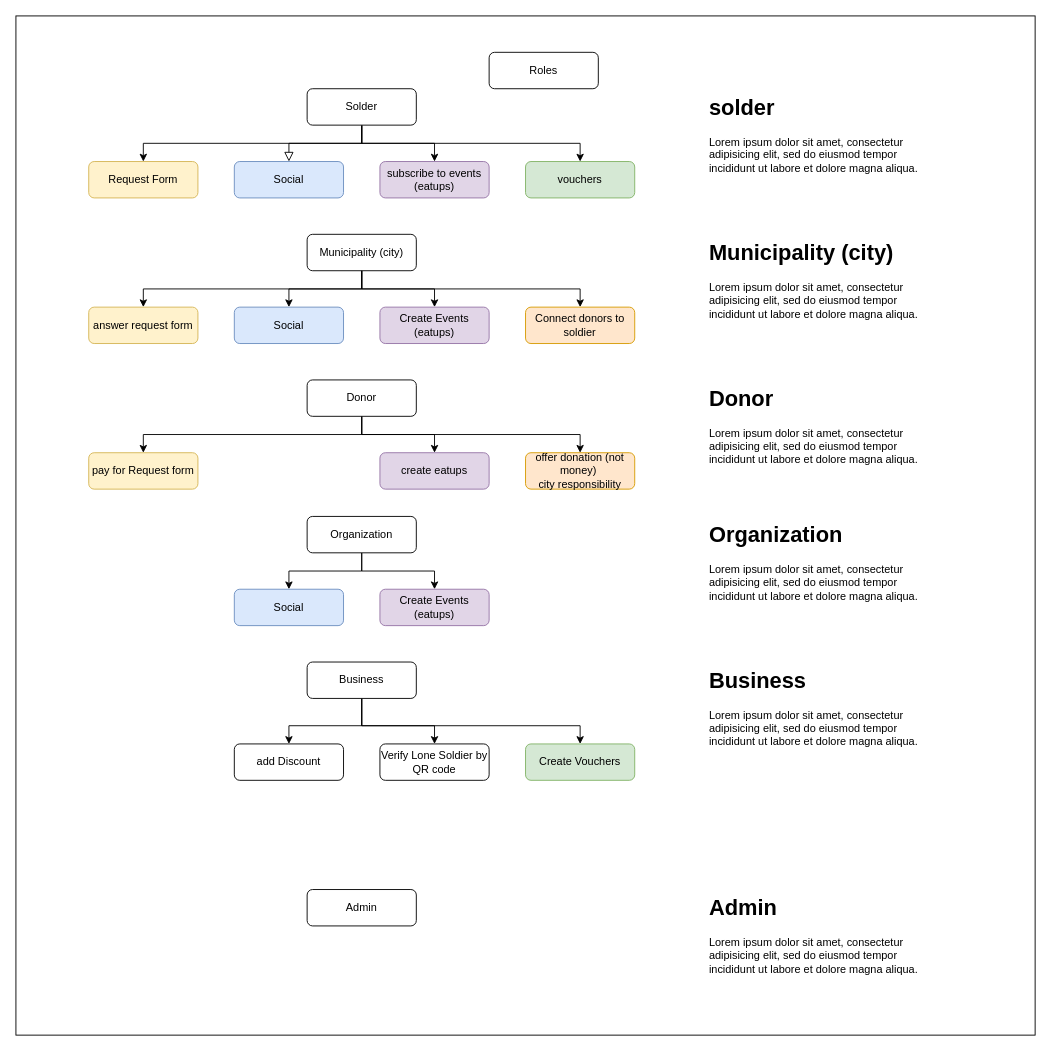
This is lonesoldier.drawio from liavbenshimon/lone-soldier, a draw.io file, before an edit. Source tidied: cells renumbered, new cells numbered last; positions are measured from the earlier drawing's top-left corner, leaving out a move shared by most shapes. Both pictures are drawn from the tidied source at 91%, with x=0, y=0 at pixel (15, 15).
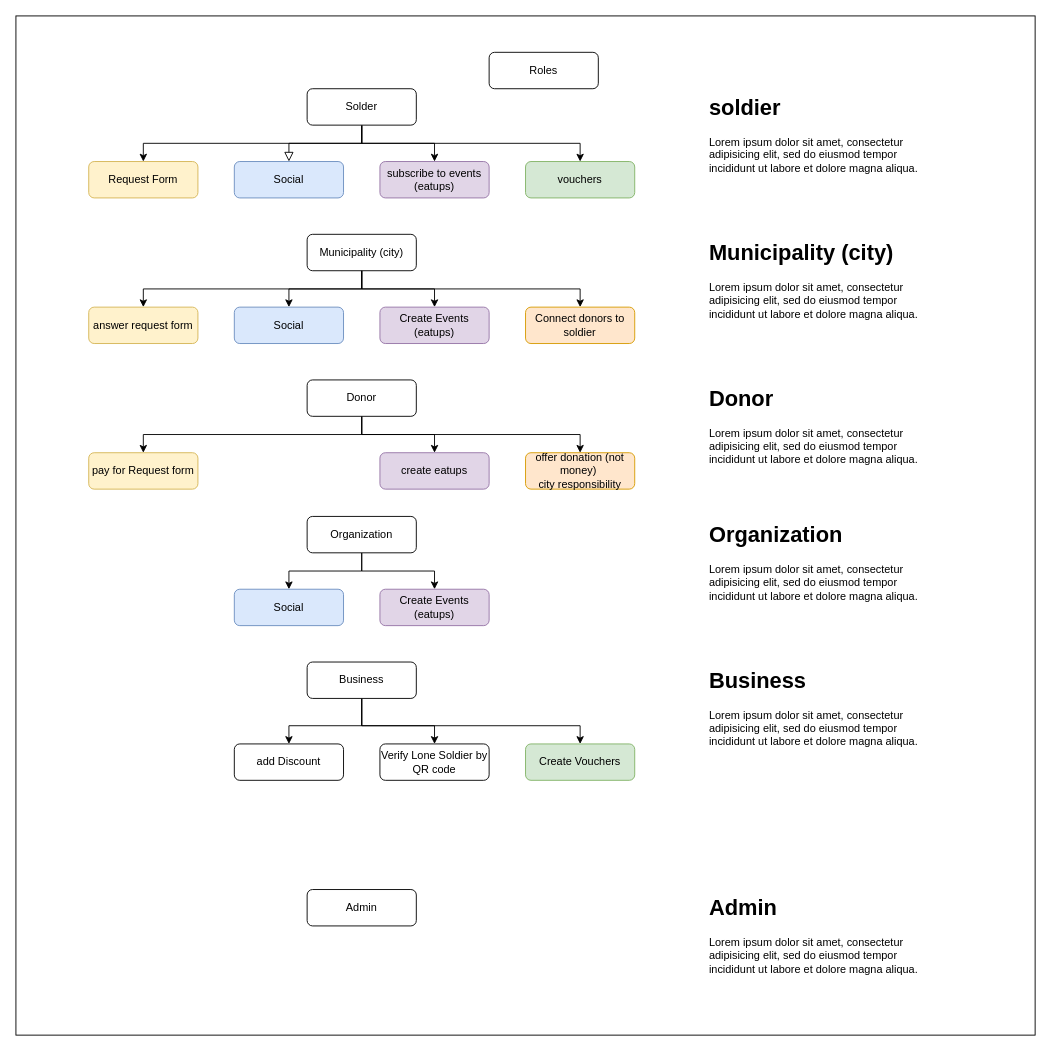
The same page after the edit.

What changed in the source:
```diff
@@
-    <mxCell id="37" value="&lt;h1 style=&quot;margin-top: 0px;&quot;&gt;solder&lt;/h1&gt;&lt;p&gt;Lorem ipsum dolor sit amet, consectetur adipisicing elit, sed do eiusmod tempor incididunt ut labore et dolore magna aliqua.&lt;/p&gt;" style="text;html=1;whiteSpace=wrap;overflow=hidden;rounded=0;" parent="1" vertex="1">
+    <mxCell id="37" value="&lt;h1 style=&quot;margin-top: 0px;&quot;&gt;soldier&lt;/h1&gt;&lt;p&gt;Lorem ipsum dolor sit amet, consectetur adipisicing elit, sed do eiusmod tempor incididunt ut labore et dolore magna aliqua.&lt;/p&gt;" style="text;html=1;whiteSpace=wrap;overflow=hidden;rounded=0;" parent="1" vertex="1">
       <mxGeometry x="760" y="80" width="240" height="120" as="geometry" />
     </mxCell>
```
